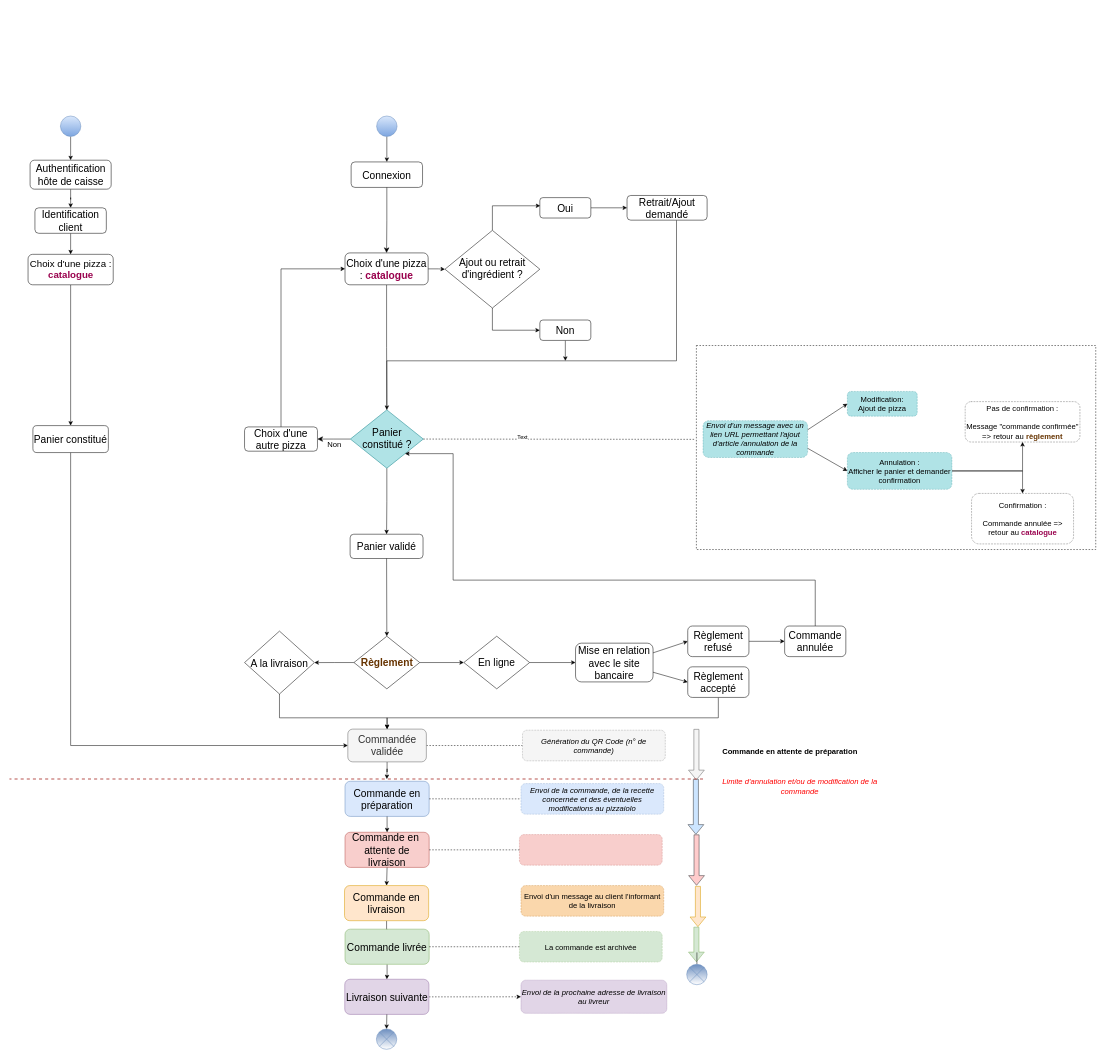
Before: Copy of Untitled Diagram.drawio in OMorlotti/P4-analyser-les-besoin-de-mon-client-pour-son-groupe-de-pizzerias, a draw.io diagram. Source tidied: cells renumbered, new cells numbered last; positions are measured from the earlier drawing's top-left corner, leaving out a move shared by most shapes. Both pictures are drawn from the tidied source at 51%, with x=0, y=0 at pixel (9, 9).
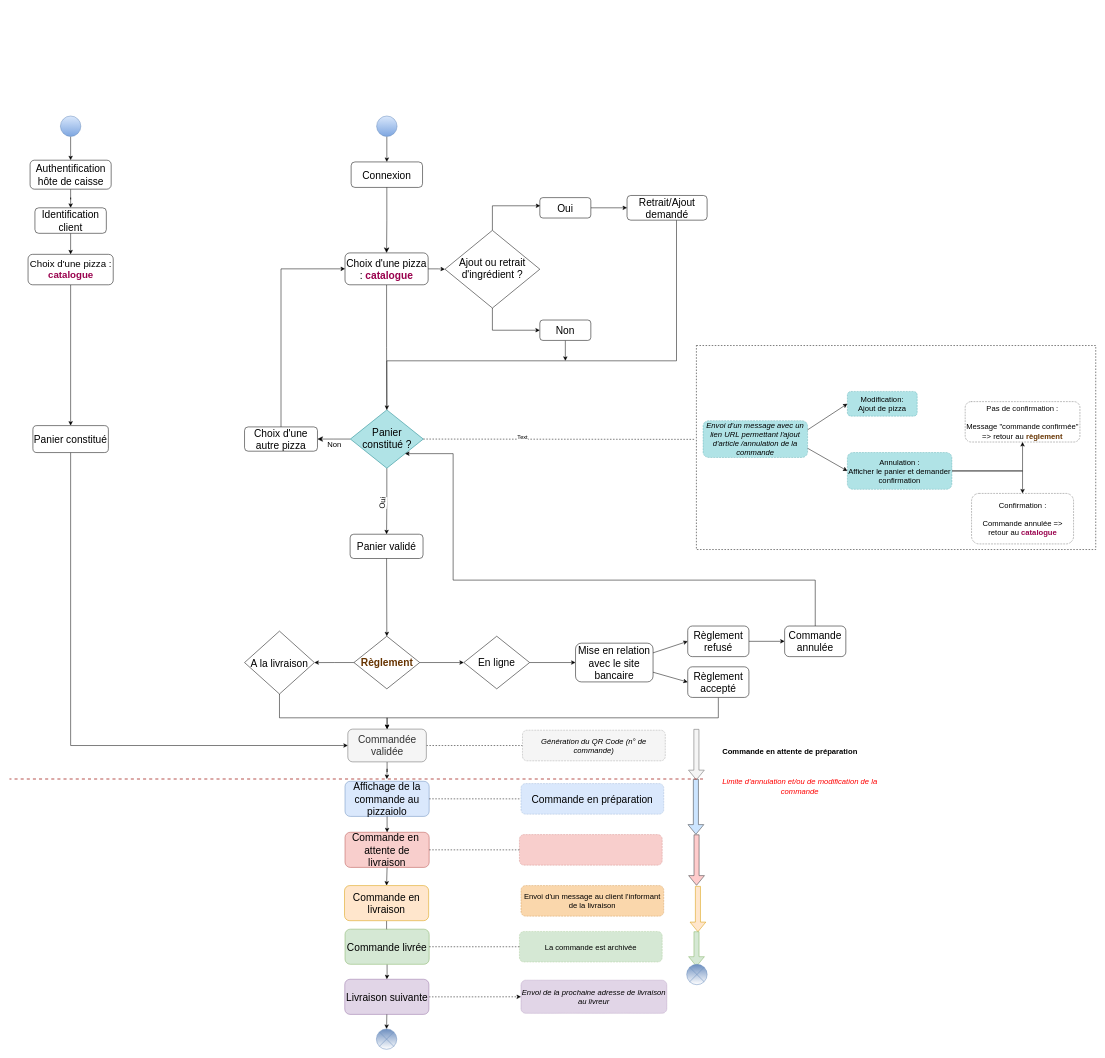
The same page after the edit.

Unchanged cells that the change refers to:
```xml
<mxCell id="6" style="edgeStyle=orthogonalEdgeStyle;rounded=0;jettySize=auto;html=1;endArrow=classic;endFill=1;fontColor=#000000;entryX=0.5;entryY=0;entryDx=0;entryDy=0;" parent="1" edge="1" source="7" target="96">
  <mxGeometry relative="1" as="geometry" />
</mxCell>
<mxCell id="90" style="shape=sumEllipse;perimeter=ellipsePerimeter;whiteSpace=wrap;html=1;backgroundOutline=1;fillColor=#6C8EBF;gradientColor=#ffffff;strokeColor=#6C8EBF;" parent="1" vertex="1">
  <mxGeometry x="1328" y="1873.3" width="40" height="40" as="geometry" />
</mxCell>
```

What changed in the source:
```diff
@@
+    <mxCell id="98" value="&lt;font style=&quot;font-size: 15px&quot;&gt;Oui&lt;/font&gt;" style="edgeLabel;html=1;align=center;verticalAlign=middle;fontColor=#000000;rotation=-85;" parent="6" vertex="1">
+      <mxGeometry x="-0.3" y="1" relative="1" as="geometry">
+        <mxPoint x="-11" y="24.4" as="offset" />
+      </mxGeometry>
+    </mxCell>
@@
-    <mxCell id="26" value="&lt;font style=&quot;font-size: 20px&quot;&gt;Commande en préparation&lt;/font&gt;" style="rounded=1;whiteSpace=wrap;html=1;direction=north;fillColor=#dae8fc;strokeColor=#6c8ebf;" parent="1" vertex="1">
+    <mxCell id="26" value="&lt;font style=&quot;font-size: 20px&quot;&gt;Affichage de la commande au pizzaiolo&lt;/font&gt;" style="rounded=1;whiteSpace=wrap;html=1;direction=north;fillColor=#dae8fc;strokeColor=#6c8ebf;" parent="1" vertex="1">
       <mxGeometry x="658" y="1514.4" width="165" height="68.9" as="geometry" />
     </mxCell>
@@
     <mxCell id="44" style="shape=flexArrow;endArrow=classic;html=1;fillColor=#ffe6cc;strokeColor=#d79b00;" parent="1" edge="1">
       <mxGeometry relative="1" as="geometry">
         <mxPoint x="1350" y="1720" as="sourcePoint" />
-        <mxPoint x="1350" y="1800" as="targetPoint" />
+        <mxPoint x="1350" y="1810" as="targetPoint" />
       </mxGeometry>
     </mxCell>
     <mxCell id="45" style="shape=flexArrow;endArrow=classic;html=1;fillColor=#d5e8d4;strokeColor=#82b366;entryX=0.5;entryY=0;entryDx=0;entryDy=0;" parent="1" edge="1">
       <mxGeometry relative="1" as="geometry">
-        <mxPoint x="1347" y="1800" as="sourcePoint" />
-        <mxPoint x="1347" y="1868.9" as="targetPoint" />
+        <mxPoint x="1347.2" y="1808.9" as="sourcePoint" />
+        <mxPoint x="1347.2" y="1877.8" as="targetPoint" />
       </mxGeometry>
     </mxCell>
@@
-    <mxCell id="69" value="&lt;span style=&quot;font-size: 15px&quot;&gt;&lt;i&gt;Envoi de la commande, de la recette concernée et des éventuelles modifications au pizzaiolo&lt;/i&gt;&lt;/span&gt;" style="rounded=1;whiteSpace=wrap;html=1;direction=north;fillColor=#dae8fc;strokeColor=#6c8ebf;dashed=1;dashPattern=1 2;" parent="1" vertex="1">
+    <mxCell id="69" value="&lt;span style=&quot;font-size: 20px&quot;&gt;Commande en préparation&lt;/span&gt;" style="rounded=1;whiteSpace=wrap;html=1;direction=north;fillColor=#dae8fc;strokeColor=#6c8ebf;dashed=1;dashPattern=1 2;" parent="1" vertex="1">
       <mxGeometry x="1003" y="1518.9" width="280" height="60" as="geometry" />
     </mxCell>
@@
-    <mxCell id="89" style="edgeStyle=orthogonalEdgeStyle;rounded=0;jettySize=auto;html=1;endArrow=none;endFill=0;" parent="1" edge="1" source="90">
-      <mxGeometry relative="1" as="geometry">
-        <mxPoint x="1348" y="1850" as="targetPoint" />
-      </mxGeometry>
-    </mxCell>
```
